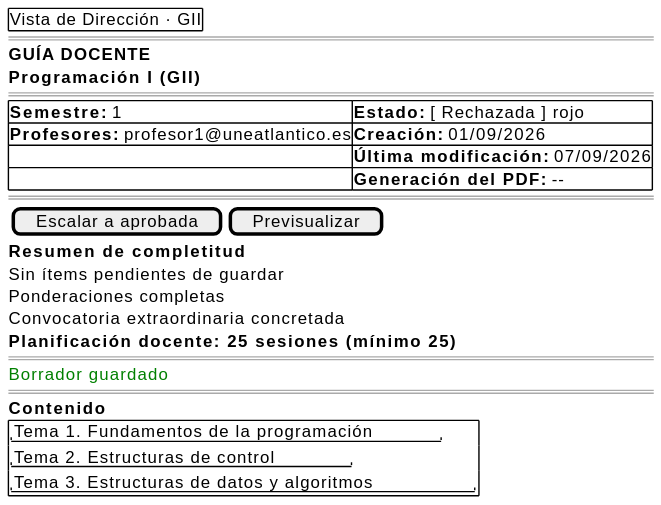
Earlier version of the PlantUML export images/RUP/01-requisitos/03-detalle-casos-uso/guardarBorradorGuia/wireframe-director-guardado.svg (mmasias/pyCeldaPublico). Its diagram source:
```plantuml
@startsalt guardarBorradorGuia-wireframe-director-guardado
{
    {+ Vista de Dirección · GII }
    ====
    <b>GUÍA DOCENTE</b>
    <b>Programación I (GII)</b>
    ====
    {#
        <b>Semestre:</b> 1 | <b>Estado:</b> [ Rechazada ] rojo
        <b>Profesores:</b> profesor1@uneatlantico.es | <b>Creación:</b> 01/09/2026
         . | <b>Última modificación:</b> 07/09/2026
         . | <b>Generación del PDF:</b> --
    }
    ====
    {[Escalar a aprobada] | [Previsualizar]}
    <b>Resumen de completitud</b>
    Sin ítems pendientes de guardar
    Ponderaciones completas
    Convocatoria extraordinaria concretada
    <b>Planificación docente: 25 sesiones (mínimo 25)</b>
    ====
    <color:green>Borrador guardado</color>
    ====
    <b>Contenido</b>
    {+
        "Tema 1. Fundamentos de la programación"
        "Tema 2. Estructuras de control"
        "Tema 3. Estructuras de datos y algoritmos"
    }
}
@endsalt
```
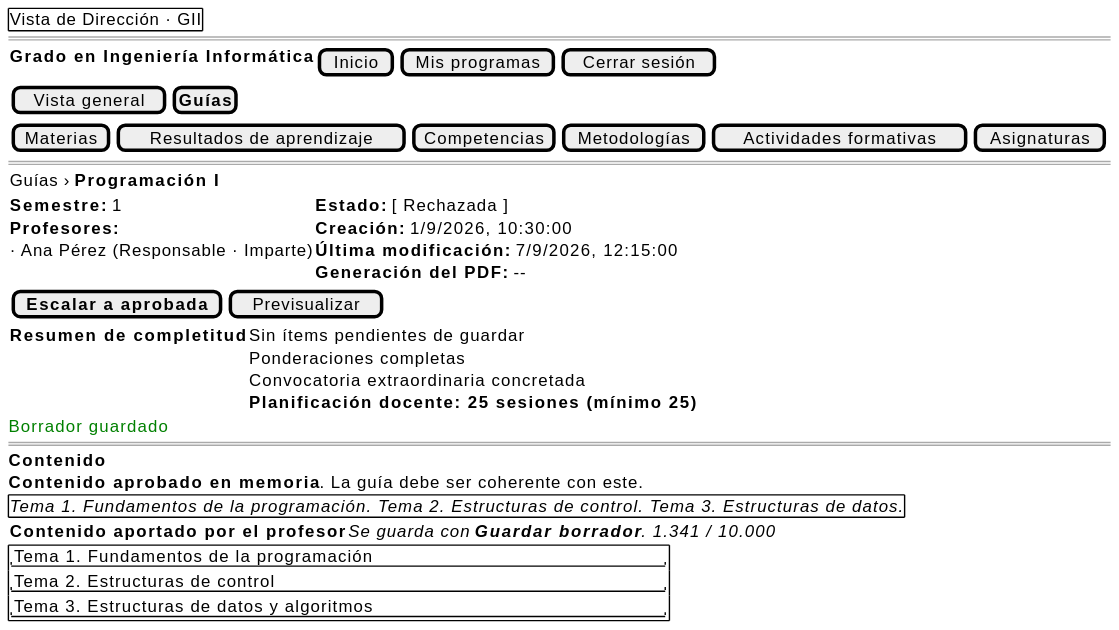
After the commit.

The edit, as a diff of the source:
```diff
@@ -2,30 +2,36 @@
 {
     {+ Vista de Dirección · GII }
     ====
-    <b>GUÍA DOCENTE</b>
-    <b>Programación I (GII)</b>
+    {<b>Grado en Ingeniería Informática</b> | [Inicio] | [Mis programas] | [Cerrar sesión]}
+    {[Vista general] | [<b>Guías</b>]}
+    {[Materias] | [Resultados de aprendizaje] | [Competencias] | [Metodologías] | [Actividades formativas] | [Asignaturas]}
     ====
-    {#
-        <b>Semestre:</b> 1 | <b>Estado:</b> [ Rechazada ] rojo
-        <b>Profesores:</b> profesor1@uneatlantico.es | <b>Creación:</b> 01/09/2026
-         . | <b>Última modificación:</b> 07/09/2026
+    {Guías › <b>Programación I</b>}
+    {
+        <b>Semestre:</b> 1 | <b>Estado:</b> [ Rechazada ]
+        <b>Profesores:</b> | <b>Creación:</b> 1/9/2026, 10:30:00
+        · Ana Pérez (Responsable · Imparte) | <b>Última modificación:</b> 7/9/2026, 12:15:00
          . | <b>Generación del PDF:</b> --
     }
-    ====
-    {[Escalar a aprobada] | [Previsualizar]}
-    <b>Resumen de completitud</b>
-    Sin ítems pendientes de guardar
-    Ponderaciones completas
-    Convocatoria extraordinaria concretada
-    <b>Planificación docente: 25 sesiones (mínimo 25)</b>
-    ====
+    {[<b>Escalar a aprobada</b>] | [Previsualizar]}
+    {
+        <b>Resumen de completitud</b> | Sin ítems pendientes de guardar
+        . | Ponderaciones completas
+        . | Convocatoria extraordinaria concretada
+        . | <b>Planificación docente: 25 sesiones (mínimo 25)</b>
+    }
     <color:green>Borrador guardado</color>
     ====
     <b>Contenido</b>
+    <b>Contenido aprobado en memoria</b>. La guía debe ser coherente con este.
+    {#
+        <i>Tema 1. Fundamentos de la programación. Tema 2. Estructuras de control. Tema 3. Estructuras de datos.</i>
+    }
+    {<b>Contenido aportado por el profesor</b> | <i>Se guarda con <b>Guardar borrador</b>. 1.341 / 10.000</i>}
     {+
-        "Tema 1. Fundamentos de la programación"
-        "Tema 2. Estructuras de control"
-        "Tema 3. Estructuras de datos y algoritmos"
+        "Tema 1. Fundamentos de la programación                    "
+        "Tema 2. Estructuras de control                            "
+        "Tema 3. Estructuras de datos y algoritmos                 "
     }
 }
 @endsalt
```
